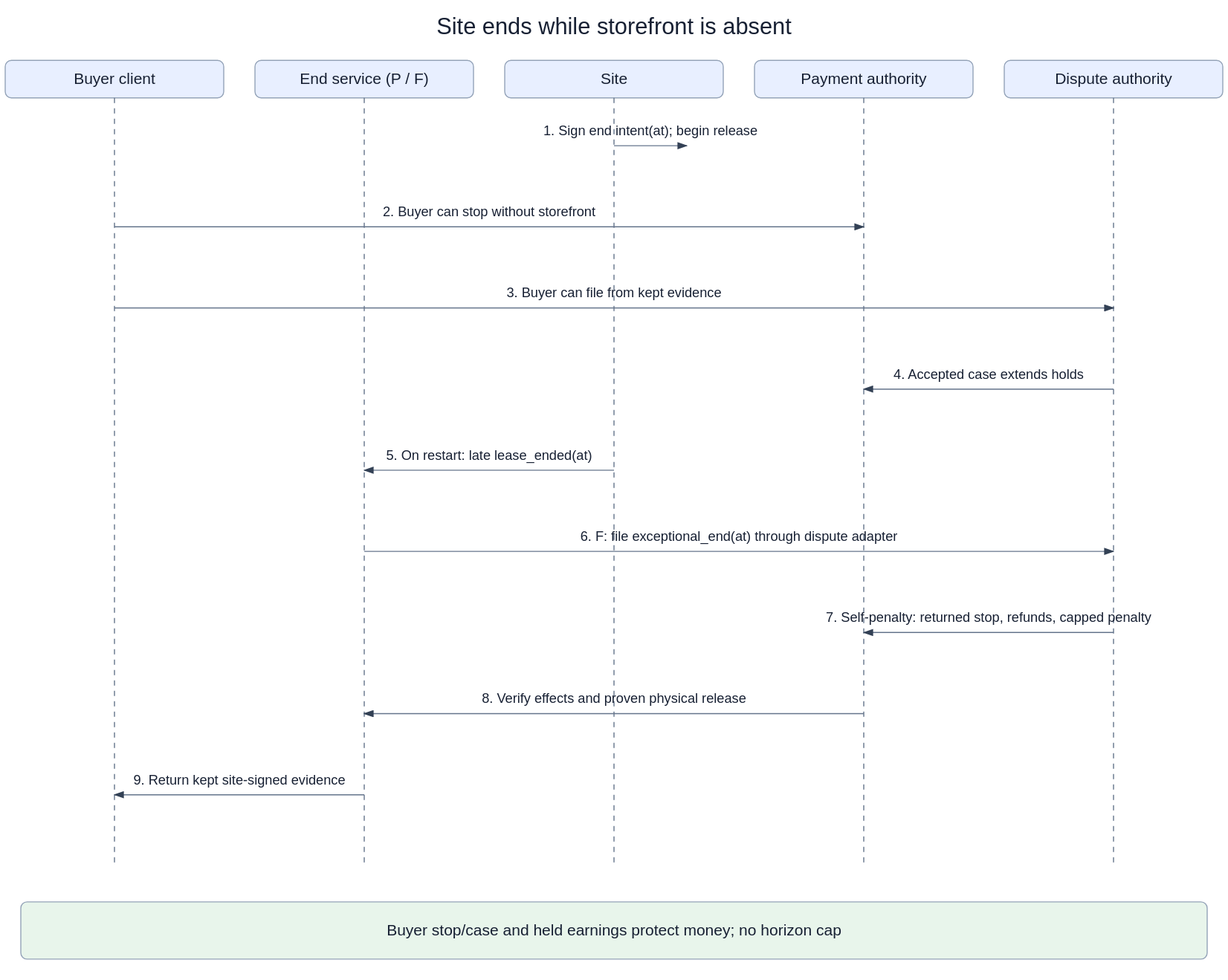
Before: openspec/changes/converge-ongoing-compute-leases/diagrams/02-site-withdraws-storefront-dead.svg, a diagram exported from draw.io (arkhai-io/simple-compute-market). Source tidied: cells renumbered, new cells last; positions are measured from the earlier drawing's top-left corner, leaving out a move shared by most shapes.
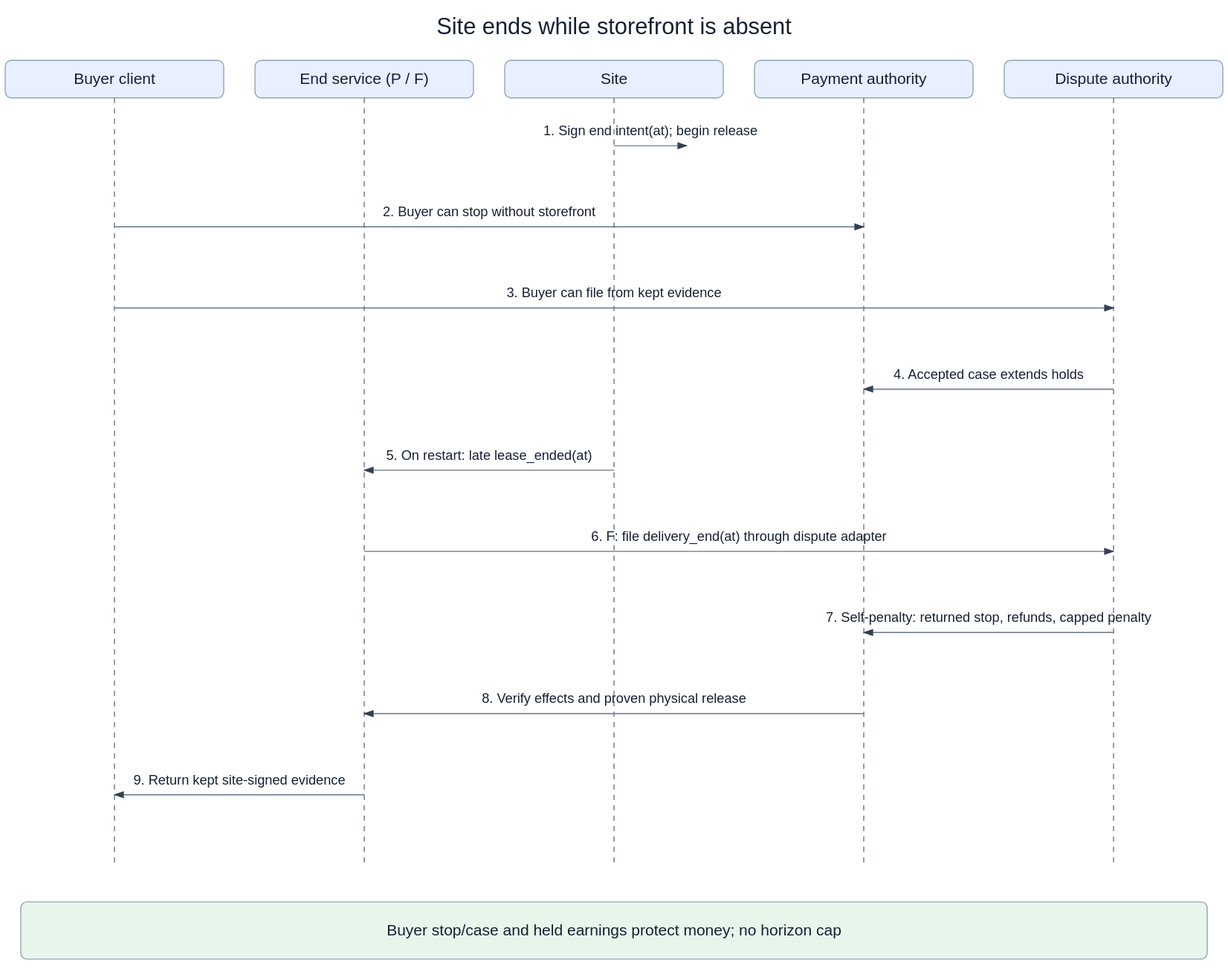
Later version of the same file.

The edit, as a diff of the source:
```diff
@@ -80,7 +80,7 @@
         <mxPoint x="345" y="442" as="targetPoint" />
       </mxGeometry>
     </mxCell>
-    <mxCell id="18" value="6. F: file exceptional_end(at) through dispute adapter" style="endArrow=block;fontSize=13;labelBackgroundColor=#ffffff;" parent="1" edge="1">
+    <mxCell id="18" value="6. F: file delivery_end(at) through dispute adapter" style="endArrow=block;fontSize=13;labelBackgroundColor=#ffffff;" parent="1" edge="1">
       <mxGeometry relative="1" as="geometry">
         <mxPoint x="345" y="520" as="sourcePoint" />
         <mxPoint x="1065" y="520" as="targetPoint" />
```
